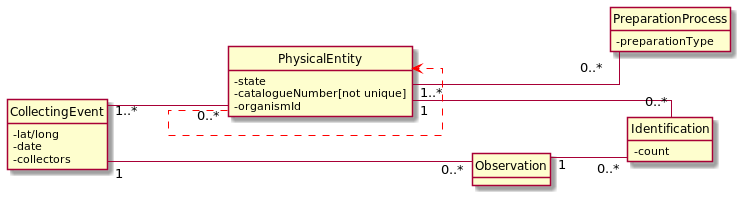
Above: documentation/collectionDataModel.png in DINA-Web/collection-specs (PlantUML), before the change.
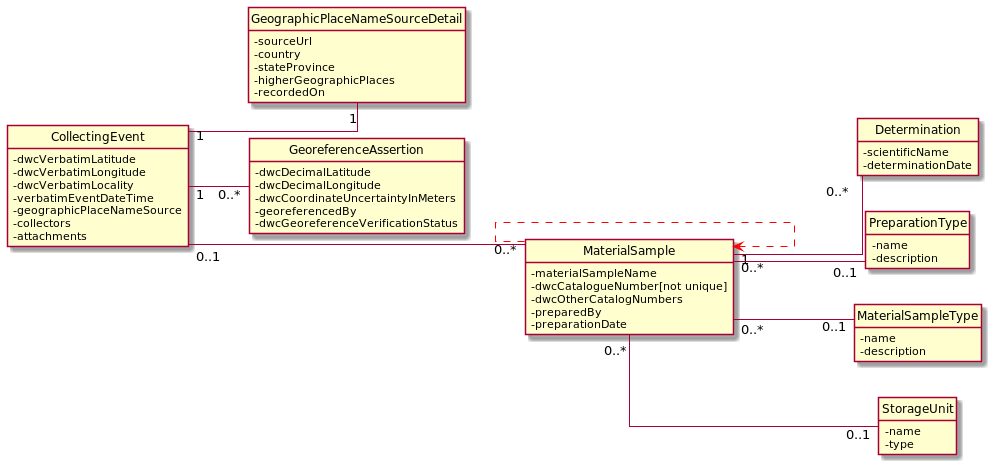
Later version of the same file.

Commit message:
Updated collectionDataModel diagram Closer to implementation

Change to the diagram source:
```diff
@@ -7,36 +7,70 @@
 hide methods
 
 class "CollectingEvent" as ce {
--lat/long
--date
+-dwcVerbatimLatitude
+-dwcVerbatimLongitude
+-dwcVerbatimLocality
+-verbatimEventDateTime
+-geographicPlaceNameSource
 -collectors
+-attachments
 }
 
-class "PhysicalEntity" as pe {
--state
--catalogueNumber[not unique]
--organismId
+class "GeographicPlaceNameSourceDetail" as placedetail {
+-sourceUrl
+-country
+-stateProvince
+-higherGeographicPlaces
+-recordedOn
 }
 
-class "Observation" as obs {
+class "GeoreferenceAssertion" as georef {
+-dwcDecimalLatitude
+-dwcDecimalLongitude
+-dwcCoordinateUncertaintyInMeters
+-georeferencedBy
+-dwcGeoreferenceVerificationStatus
+}
+
+class "MaterialSample" as ms {
+-materialSampleName
+-dwcCatalogueNumber[not unique]
+-dwcOtherCatalogNumbers
+-preparedBy
+-preparationDate
 }
 
 skinparam linetype spline
 
-class "Identification" as identification{
--count
+class "Determination" as determination{
+-scientificName
+-determinationDate
 }
 
-class "PreparationProcess" as preparation{
--preparationType
+class "PreparationType" as preparation{
+-name
+-description
 }
 
-ce "1..* " --- "0..*" pe
-ce "1 " -- "0..*" obs
+class "MaterialSampleType" as materialsampletype{
+-name
+-description
+}
+
+class "StorageUnit" as storageunit{
+-name
+-type
+}
+
+ce "1 " -- "0..*" georef
+ce "1 " -- "1" placedetail
+ce "0..1 " --- "0..*" ms
+
 skinparam linetype ortho
-pe "1 " --- "0..*" identification
-pe "1..*" --- "0..*" preparation
-pe -[#red,dashed]-> pe
-obs "1 " -- "0..*" identification
+ms "1 " --- "0..*" determination
+ms "0..*" --- "0..1" preparation
+ms "0..*" --- "0..1" materialsampletype
+ms "0..*" --- "0..1" storageunit
+ms -[#red,dashed]-> ms
 
 @enduml
```
